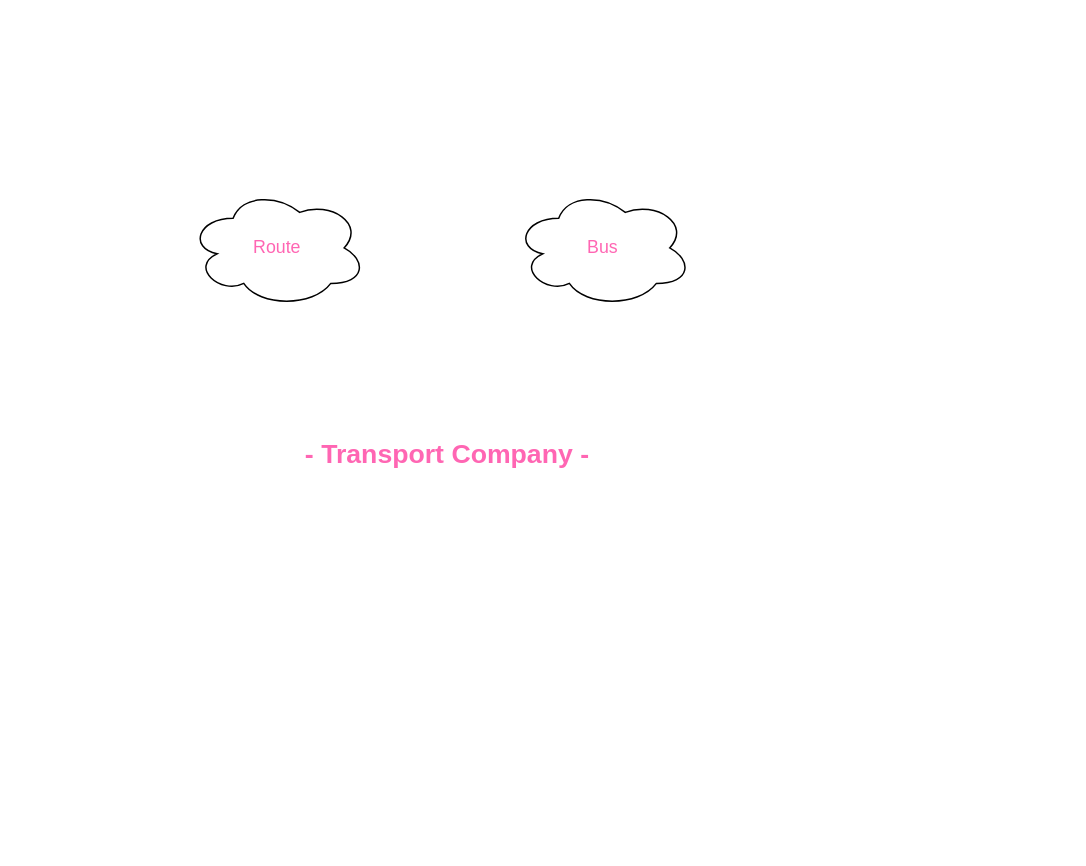
The draw.io diagram page "Brainstorming" (1 of 4) of Transport_Company.drawio in Queeen520/DATABASE_PLANNING, before the edit. Source tidied: cells renumbered, new cells numbered last; positions are measured from the earlier drawing's top-left corner, leaving out a move shared by most shapes. Both pictures are drawn from the tidied source at 148%, with x=0, y=0 at pixel (188, 188).
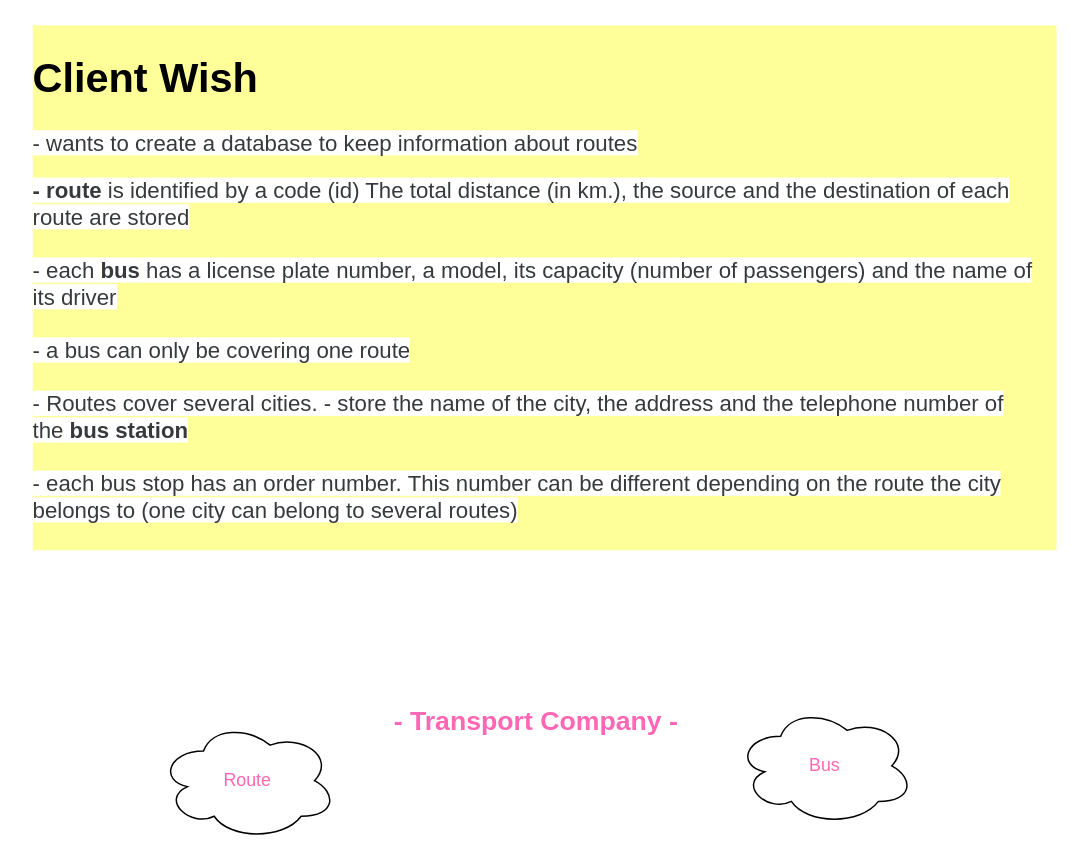
The same diagram, later.

Commit message:
updatet client wishes

Diff of the diagram source:
```diff
@@
 <mxGraphModel>
   <root>
     <mxCell id="0" />
     <mxCell id="1" parent="0" />
     <mxCell id="2" value="&lt;h3&gt;&lt;b&gt;&lt;font color=&quot;#ff66b3&quot; style=&quot;font-size: 18px&quot;&gt;- Transport Company -&lt;/font&gt;&lt;/b&gt;&lt;/h3&gt;" style="text;html=1;strokeColor=none;fillColor=none;align=center;verticalAlign=middle;whiteSpace=wrap;rounded=0;" parent="1" vertex="1">
-      <mxGeometry x="70" y="140" width="210" height="80" as="geometry" />
+      <mxGeometry x="130" y="320" width="210" height="80" as="geometry" />
     </mxCell>
     <mxCell id="3" value="Bus" style="ellipse;shape=cloud;whiteSpace=wrap;html=1;fontColor=#FF66B3;" parent="1" vertex="1">
-      <mxGeometry x="220" width="120" height="80" as="geometry" />
+      <mxGeometry x="370" y="350" width="120" height="80" as="geometry" />
     </mxCell>
     <mxCell id="4" value="Route" style="ellipse;shape=cloud;whiteSpace=wrap;html=1;fontColor=#FF66B3;" parent="1" vertex="1">
-      <mxGeometry width="120" height="80" as="geometry" />
+      <mxGeometry x="-20" y="360" width="120" height="80" as="geometry" />
     </mxCell>
+    <mxCell id="5" value="&lt;h1&gt;Client Wish&lt;/h1&gt;&lt;p&gt;&lt;span style=&quot;color: rgb(55 , 58 , 60) ; font-family: , &amp;#34;blinkmacsystemfont&amp;#34; , &amp;#34;segoe ui&amp;#34; , &amp;#34;roboto&amp;#34; , &amp;#34;helvetica neue&amp;#34; , &amp;#34;arial&amp;#34; , sans-serif , &amp;#34;apple color emoji&amp;#34; , &amp;#34;segoe ui emoji&amp;#34; , &amp;#34;segoe ui symbol&amp;#34; ; font-size: 15px ; background-color: rgb(255 , 255 , 255)&quot;&gt;- wants to create a database to keep information about routes&lt;/span&gt;&lt;/p&gt;&lt;span style=&quot;box-sizing: border-box ; font-weight: bolder ; color: rgb(55 , 58 , 60) ; font-family: , &amp;#34;blinkmacsystemfont&amp;#34; , &amp;#34;segoe ui&amp;#34; , &amp;#34;roboto&amp;#34; , &amp;#34;helvetica neue&amp;#34; , &amp;#34;arial&amp;#34; , sans-serif , &amp;#34;apple color emoji&amp;#34; , &amp;#34;segoe ui emoji&amp;#34; , &amp;#34;segoe ui symbol&amp;#34; ; font-size: 15px ; background-color: rgb(255 , 255 , 255)&quot;&gt;- route&lt;/span&gt;&lt;span style=&quot;color: rgb(55 , 58 , 60) ; font-family: , &amp;#34;blinkmacsystemfont&amp;#34; , &amp;#34;segoe ui&amp;#34; , &amp;#34;roboto&amp;#34; , &amp;#34;helvetica neue&amp;#34; , &amp;#34;arial&amp;#34; , sans-serif , &amp;#34;apple color emoji&amp;#34; , &amp;#34;segoe ui emoji&amp;#34; , &amp;#34;segoe ui symbol&amp;#34; ; font-size: 15px ; background-color: rgb(255 , 255 , 255)&quot;&gt;&amp;nbsp;is identified by a code (id) The total distance (in km.), the source and the destination of each route are stored&lt;br&gt;&lt;br&gt;&lt;/span&gt;&lt;span style=&quot;color: rgb(55 , 58 , 60) ; font-family: , &amp;#34;blinkmacsystemfont&amp;#34; , &amp;#34;segoe ui&amp;#34; , &amp;#34;roboto&amp;#34; , &amp;#34;helvetica neue&amp;#34; , &amp;#34;arial&amp;#34; , sans-serif , &amp;#34;apple color emoji&amp;#34; , &amp;#34;segoe ui emoji&amp;#34; , &amp;#34;segoe ui symbol&amp;#34; ; font-size: 15px ; background-color: rgb(255 , 255 , 255)&quot;&gt;- each&amp;nbsp;&lt;/span&gt;&lt;span style=&quot;box-sizing: border-box ; font-weight: bolder ; color: rgb(55 , 58 , 60) ; font-family: , &amp;#34;blinkmacsystemfont&amp;#34; , &amp;#34;segoe ui&amp;#34; , &amp;#34;roboto&amp;#34; , &amp;#34;helvetica neue&amp;#34; , &amp;#34;arial&amp;#34; , sans-serif , &amp;#34;apple color emoji&amp;#34; , &amp;#34;segoe ui emoji&amp;#34; , &amp;#34;segoe ui symbol&amp;#34; ; font-size: 15px ; background-color: rgb(255 , 255 , 255)&quot;&gt;bus&lt;/span&gt;&lt;span style=&quot;color: rgb(55 , 58 , 60) ; font-family: , &amp;#34;blinkmacsystemfont&amp;#34; , &amp;#34;segoe ui&amp;#34; , &amp;#34;roboto&amp;#34; , &amp;#34;helvetica neue&amp;#34; , &amp;#34;arial&amp;#34; , sans-serif , &amp;#34;apple color emoji&amp;#34; , &amp;#34;segoe ui emoji&amp;#34; , &amp;#34;segoe ui symbol&amp;#34; ; font-size: 15px ; background-color: rgb(255 , 255 , 255)&quot;&gt;&amp;nbsp;has a license plate number, a model, its capacity (number of passengers) and the name of its driver&lt;br&gt;&lt;br&gt;&lt;/span&gt;&lt;span style=&quot;color: rgb(55 , 58 , 60) ; font-family: , &amp;#34;blinkmacsystemfont&amp;#34; , &amp;#34;segoe ui&amp;#34; , &amp;#34;roboto&amp;#34; , &amp;#34;helvetica neue&amp;#34; , &amp;#34;arial&amp;#34; , sans-serif , &amp;#34;apple color emoji&amp;#34; , &amp;#34;segoe ui emoji&amp;#34; , &amp;#34;segoe ui symbol&amp;#34; ; font-size: 15px ; background-color: rgb(255 , 255 , 255)&quot;&gt;- a bus can only be covering one route&lt;br&gt;&lt;/span&gt;&lt;span style=&quot;color: rgb(55 , 58 , 60) ; font-family: , &amp;#34;blinkmacsystemfont&amp;#34; , &amp;#34;segoe ui&amp;#34; , &amp;#34;roboto&amp;#34; , &amp;#34;helvetica neue&amp;#34; , &amp;#34;arial&amp;#34; , sans-serif , &amp;#34;apple color emoji&amp;#34; , &amp;#34;segoe ui emoji&amp;#34; , &amp;#34;segoe ui symbol&amp;#34; ; font-size: 15px ; background-color: rgb(255 , 255 , 255)&quot;&gt;&lt;br&gt;-&amp;nbsp;&lt;/span&gt;&lt;span style=&quot;color: rgb(55 , 58 , 60) ; font-family: , &amp;#34;blinkmacsystemfont&amp;#34; , &amp;#34;segoe ui&amp;#34; , &amp;#34;roboto&amp;#34; , &amp;#34;helvetica neue&amp;#34; , &amp;#34;arial&amp;#34; , sans-serif , &amp;#34;apple color emoji&amp;#34; , &amp;#34;segoe ui emoji&amp;#34; , &amp;#34;segoe ui symbol&amp;#34; ; font-size: 15px ; background-color: rgb(255 , 255 , 255)&quot;&gt;Routes cover several cities. - store the name of the city, the address and the telephone number of the&lt;/span&gt;&lt;span style=&quot;box-sizing: border-box ; font-weight: bolder ; color: rgb(55 , 58 , 60) ; font-family: , &amp;#34;blinkmacsystemfont&amp;#34; , &amp;#34;segoe ui&amp;#34; , &amp;#34;roboto&amp;#34; , &amp;#34;helvetica neue&amp;#34; , &amp;#34;arial&amp;#34; , sans-serif , &amp;#34;apple color emoji&amp;#34; , &amp;#34;segoe ui emoji&amp;#34; , &amp;#34;segoe ui symbol&amp;#34; ; font-size: 15px ; background-color: rgb(255 , 255 , 255)&quot;&gt;&amp;nbsp;bus station&lt;br&gt;&lt;br&gt;&lt;span style=&quot;font-family: , &amp;#34;blinkmacsystemfont&amp;#34; , &amp;#34;segoe ui&amp;#34; , &amp;#34;roboto&amp;#34; , &amp;#34;helvetica neue&amp;#34; , &amp;#34;arial&amp;#34; , sans-serif , &amp;#34;apple color emoji&amp;#34; , &amp;#34;segoe ui emoji&amp;#34; , &amp;#34;segoe ui symbol&amp;#34; ; font-weight: 400&quot;&gt;- each bus stop has an order number.&amp;nbsp;&lt;/span&gt;&lt;span style=&quot;font-family: , &amp;#34;blinkmacsystemfont&amp;#34; , &amp;#34;segoe ui&amp;#34; , &amp;#34;roboto&amp;#34; , &amp;#34;helvetica neue&amp;#34; , &amp;#34;arial&amp;#34; , sans-serif , &amp;#34;apple color emoji&amp;#34; , &amp;#34;segoe ui emoji&amp;#34; , &amp;#34;segoe ui symbol&amp;#34; ; font-weight: 400&quot;&gt;This number can be different depending on the route the city belongs to (one city can belong to several routes)&lt;br&gt;&lt;/span&gt;&lt;/span&gt;&lt;span style=&quot;color: rgb(55 , 58 , 60) ; font-family: , &amp;#34;blinkmacsystemfont&amp;#34; , &amp;#34;segoe ui&amp;#34; , &amp;#34;roboto&amp;#34; , &amp;#34;helvetica neue&amp;#34; , &amp;#34;arial&amp;#34; , sans-serif , &amp;#34;apple color emoji&amp;#34; , &amp;#34;segoe ui emoji&amp;#34; , &amp;#34;segoe ui symbol&amp;#34; ; font-size: 15px ; background-color: rgb(255 , 255 , 255)&quot;&gt;&lt;br&gt;&lt;/span&gt;" style="text;html=1;strokeColor=none;fillColor=none;spacing=5;spacingTop=-20;whiteSpace=wrap;overflow=hidden;rounded=0;labelBackgroundColor=#FFFF99;fontSize=14;fontColor=#000000;" parent="1" vertex="1">
+      <mxGeometry x="-110" y="-100" width="700" height="360" as="geometry" />
+    </mxCell>
   </root>
 </mxGraphModel>
```
